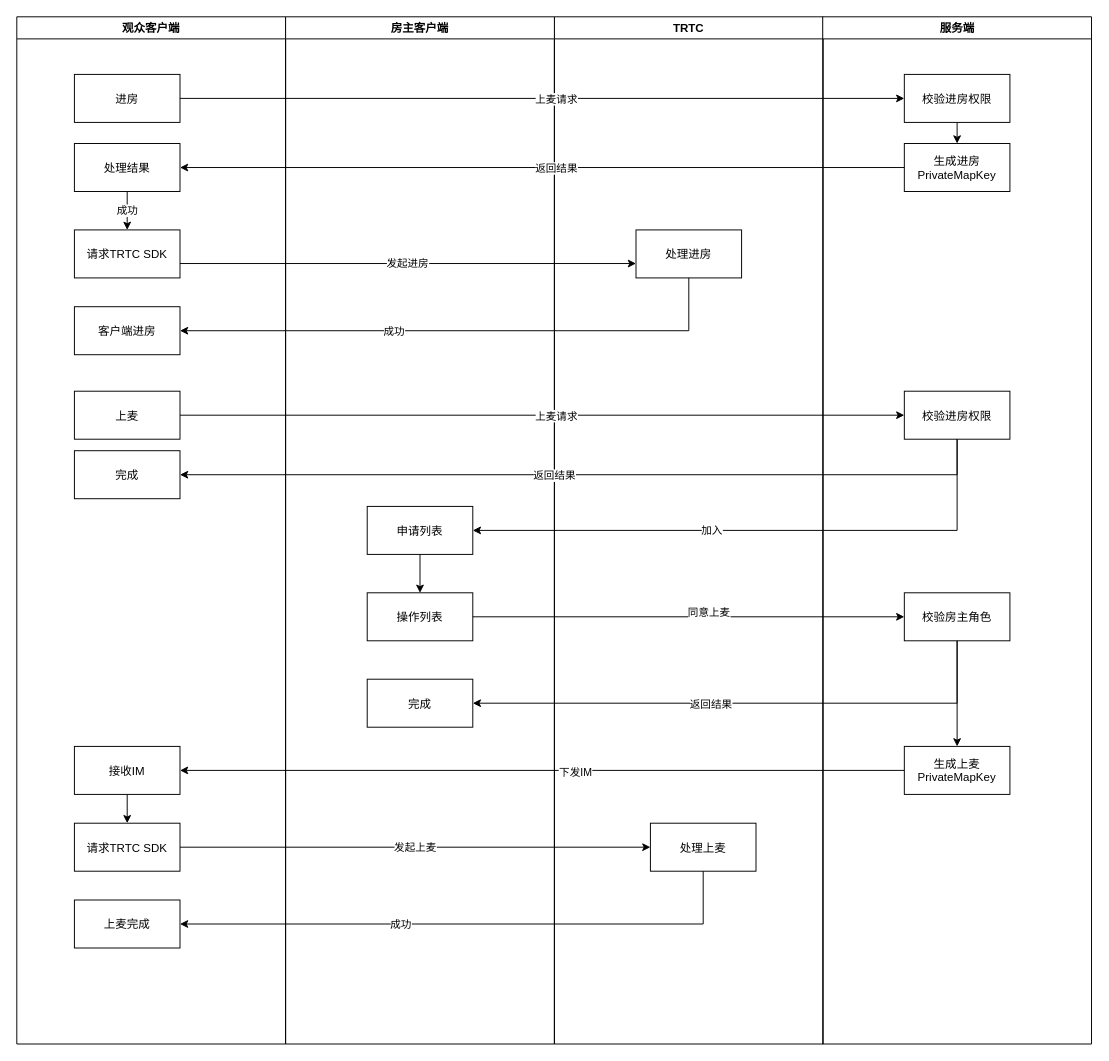
shiyiw/drawio keeps this draw.io diagram as trtcStartAudio.drawio. Above is the earlier version. Source tidied: cells renumbered, new cells numbered last; positions are measured from the earlier drawing's top-left corner, leaving out a move shared by most shapes. Both pictures are drawn from the tidied source at 96%, with x=0, y=0 at pixel (16, 16).
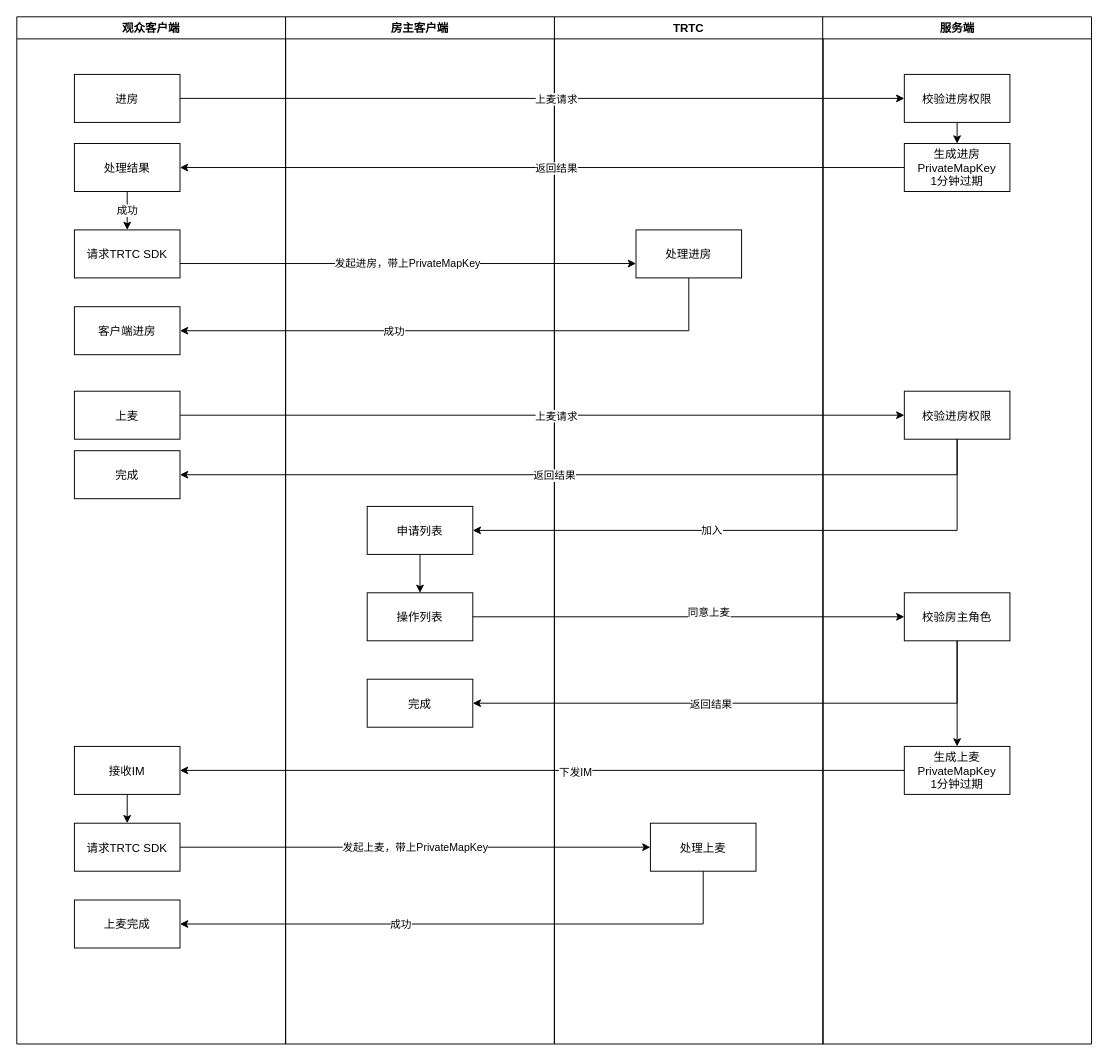
After the change.

Commit message:
增加过期时间

Unchanged cells that the change refers to:
```xml
<mxCell id="16" value="服务端" style="swimlane;whiteSpace=wrap;" parent="1" vertex="1">
  <mxGeometry x="839.5" width="280" height="1070" as="geometry" />
</mxCell>
<mxCell id="24" style="edgeStyle=orthogonalEdgeStyle;rounded=0;orthogonalLoop=1;jettySize=auto;html=1;exitX=1;exitY=0.5;exitDx=0;exitDy=0;entryX=0;entryY=0.5;entryDx=0;entryDy=0;" parent="1" edge="1">
  <mxGeometry relative="1" as="geometry">
    <mxPoint x="170" y="257" as="sourcePoint" />
    <mxPoint x="645" y="257" as="targetPoint" />
  </mxGeometry>
</mxCell>
<mxCell id="51" style="edgeStyle=orthogonalEdgeStyle;rounded=0;jettySize=auto;html=1;exitX=1;exitY=0.5;exitDx=0;exitDy=0;entryX=0;entryY=0.5;entryDx=0;entryDy=0;" parent="1" edge="1" source="12" target="46">
  <mxGeometry relative="1" as="geometry" />
</mxCell>
```

What changed in the source:
```diff
@@
-    <mxCell id="19" value="生成进房&#10;PrivateMapKey" parent="16" vertex="1">
+    <mxCell id="19" value="生成进房&#10;PrivateMapKey&#10;1分钟过期" parent="16" vertex="1">
       <mxGeometry x="85" y="132" width="110" height="50" as="geometry" />
     </mxCell>
@@
-    <mxCell id="23" value="生成上麦&#10;PrivateMapKey" parent="16" vertex="1">
+    <mxCell id="23" value="生成上麦&#10;PrivateMapKey&#10;1分钟过期" parent="16" vertex="1">
       <mxGeometry x="85" y="760" width="110" height="50" as="geometry" />
     </mxCell>
@@
-    <mxCell id="25" value="发起进房" style="edgeLabel;html=1;align=center;verticalAlign=middle;" parent="24" vertex="1">
+    <mxCell id="25" value="发起进房，带上PrivateMapKey" style="edgeLabel;html=1;align=center;verticalAlign=middle;" parent="24" vertex="1">
       <mxGeometry x="-0.01" y="1" relative="1" as="geometry">
         <mxPoint x="1" as="offset" />
       </mxGeometry>
     </mxCell>
@@
-    <mxCell id="52" value="发起上麦" style="edgeLabel;html=1;align=center;verticalAlign=middle;" parent="51" vertex="1">
+    <mxCell id="52" value="发起上麦，带上PrivateMapKey" style="edgeLabel;html=1;align=center;verticalAlign=middle;" parent="51" vertex="1">
       <mxGeometry x="-0.01" y="1" relative="1" as="geometry">
         <mxPoint x="1" as="offset" />
       </mxGeometry>
     </mxCell>
```
